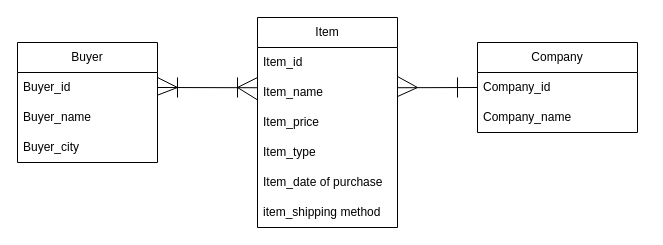
This is 未命名绘图.drawio from Jessica936/DB, a draw.io file, before an edit. Source tidied: cells renumbered, new cells numbered last; positions are measured from the earlier drawing's top-left corner, leaving out a move shared by most shapes. Both pictures are drawn from the tidied source at 100%, with x=0, y=0 at pixel (17, 17).
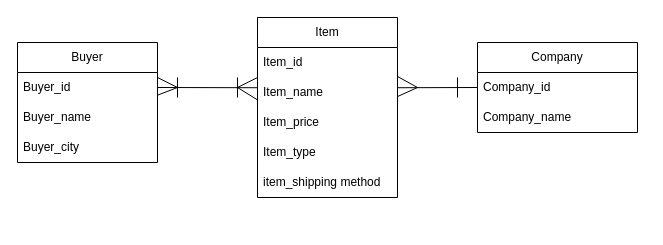
After the change.

Commit message:
更新未命名绘图.drawio

Change to the diagram source:
```diff
@@
     <mxCell id="11" value="Item" style="swimlane;fontStyle=0;horizontal=1;startSize=30;whiteSpace=wrap;html=1;" parent="1" vertex="1">
-      <mxGeometry x="240" width="140" height="210" as="geometry" />
+      <mxGeometry x="240" width="140" height="180" as="geometry" />
     </mxCell>
@@
-    <mxCell id="16" value="Item_date of purchase" style="text;strokeColor=none;fillColor=none;align=left;verticalAlign=middle;spacingLeft=4;spacingRight=4;overflow=hidden;whiteSpace=wrap;html=1;" parent="11" vertex="1">
-      <mxGeometry y="150" width="140" height="30" as="geometry" />
-    </mxCell>
     <mxCell id="17" value="item_shipping method" style="text;strokeColor=none;fillColor=none;align=left;verticalAlign=middle;spacingLeft=4;spacingRight=4;overflow=hidden;whiteSpace=wrap;html=1;" parent="11" vertex="1">
-      <mxGeometry y="180" width="140" height="30" as="geometry" />
+      <mxGeometry y="150" width="140" height="30" as="geometry" />
     </mxCell>
```
